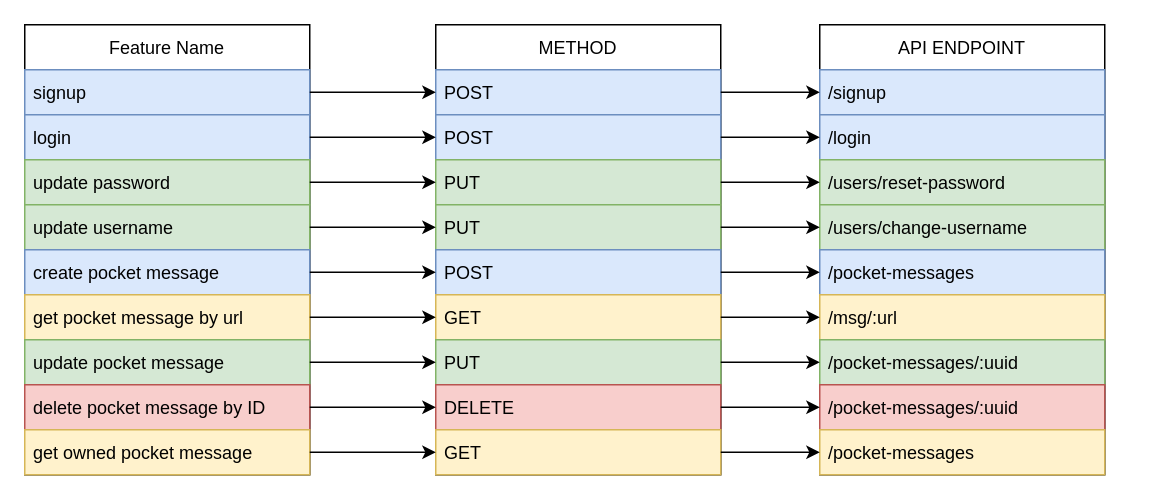
This is page "API ENDPOINT" (3 of 3) of diagram/Use-case-dan-ERD.drawio from miftahers/pocket-message, a draw.io file, before an edit. Source tidied: cells renumbered, new cells numbered last; positions are measured from the earlier drawing's top-left corner, leaving out a move shared by most shapes. Both pictures are drawn from the tidied source at 150%, with x=0, y=0 at pixel (24, 24).
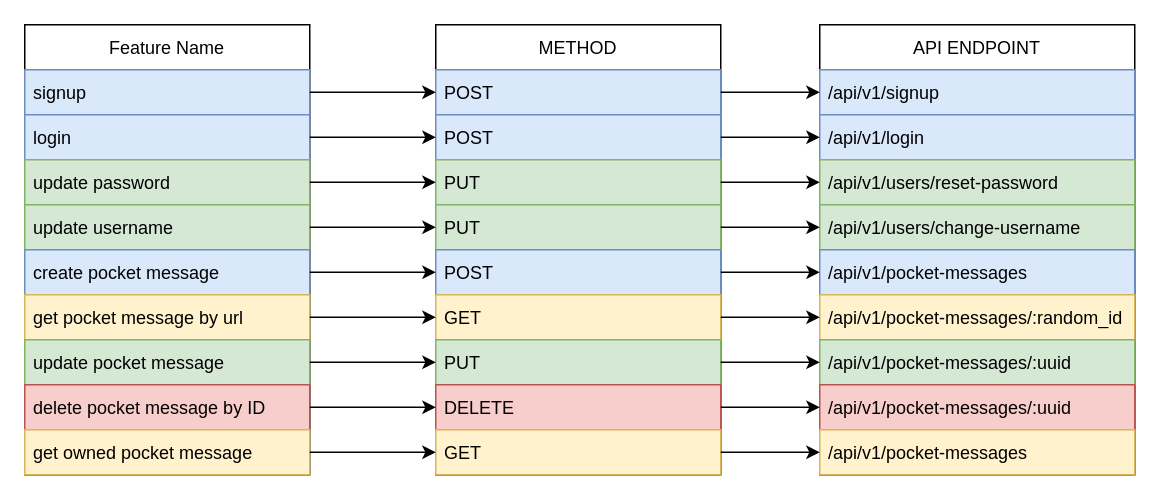
The same diagram, later.

Change to the diagram source:
```diff
@@
     <mxCell id="12" value="API ENDPOINT" style="swimlane;fontStyle=0;horizontal=1;startSize=30;" parent="1" vertex="1">
-      <mxGeometry x="530" width="190" height="300" as="geometry" />
+      <mxGeometry x="530" width="210" height="300" as="geometry" />
     </mxCell>
-    <mxCell id="13" value="/signup" style="text;strokeColor=#6c8ebf;fillColor=#dae8fc;align=left;verticalAlign=middle;spacingLeft=4;spacingRight=4;overflow=hidden;points=[[0,0.5],[1,0.5]];portConstraint=eastwest;fontStyle=0;" parent="12" vertex="1">
-      <mxGeometry y="30" width="190" height="30" as="geometry" />
+    <mxCell id="13" value="/api/v1/signup" style="text;strokeColor=#6c8ebf;fillColor=#dae8fc;align=left;verticalAlign=middle;spacingLeft=4;spacingRight=4;overflow=hidden;points=[[0,0.5],[1,0.5]];portConstraint=eastwest;fontStyle=0;" parent="12" vertex="1">
+      <mxGeometry y="30" width="210" height="30" as="geometry" />
     </mxCell>
-    <mxCell id="14" value="/login" style="text;strokeColor=#6c8ebf;fillColor=#dae8fc;align=left;verticalAlign=middle;spacingLeft=4;spacingRight=4;overflow=hidden;points=[[0,0.5],[1,0.5]];portConstraint=eastwest;fontStyle=0;" parent="12" vertex="1">
-      <mxGeometry y="60" width="190" height="30" as="geometry" />
+    <mxCell id="14" value="/api/v1/login" style="text;strokeColor=#6c8ebf;fillColor=#dae8fc;align=left;verticalAlign=middle;spacingLeft=4;spacingRight=4;overflow=hidden;points=[[0,0.5],[1,0.5]];portConstraint=eastwest;fontStyle=0;" parent="12" vertex="1">
+      <mxGeometry y="60" width="210" height="30" as="geometry" />
     </mxCell>
-    <mxCell id="15" value="/users/reset-password" style="text;strokeColor=#82b366;fillColor=#d5e8d4;align=left;verticalAlign=middle;spacingLeft=4;spacingRight=4;overflow=hidden;points=[[0,0.5],[1,0.5]];portConstraint=eastwest;fontStyle=0;" parent="12" vertex="1">
-      <mxGeometry y="90" width="190" height="30" as="geometry" />
+    <mxCell id="15" value="/api/v1/users/reset-password" style="text;strokeColor=#82b366;fillColor=#d5e8d4;align=left;verticalAlign=middle;spacingLeft=4;spacingRight=4;overflow=hidden;points=[[0,0.5],[1,0.5]];portConstraint=eastwest;fontStyle=0;" parent="12" vertex="1">
+      <mxGeometry y="90" width="210" height="30" as="geometry" />
     </mxCell>
-    <mxCell id="16" value="/users/change-username" style="text;strokeColor=#82b366;fillColor=#d5e8d4;align=left;verticalAlign=middle;spacingLeft=4;spacingRight=4;overflow=hidden;points=[[0,0.5],[1,0.5]];portConstraint=eastwest;fontStyle=0;" parent="12" vertex="1">
-      <mxGeometry y="120" width="190" height="30" as="geometry" />
+    <mxCell id="16" value="/api/v1/users/change-username" style="text;strokeColor=#82b366;fillColor=#d5e8d4;align=left;verticalAlign=middle;spacingLeft=4;spacingRight=4;overflow=hidden;points=[[0,0.5],[1,0.5]];portConstraint=eastwest;fontStyle=0;" parent="12" vertex="1">
+      <mxGeometry y="120" width="210" height="30" as="geometry" />
     </mxCell>
-    <mxCell id="17" value="/pocket-messages" style="text;strokeColor=#6c8ebf;fillColor=#dae8fc;align=left;verticalAlign=middle;spacingLeft=4;spacingRight=4;overflow=hidden;points=[[0,0.5],[1,0.5]];portConstraint=eastwest;fontStyle=0;" parent="12" vertex="1">
-      <mxGeometry y="150" width="190" height="30" as="geometry" />
+    <mxCell id="17" value="/api/v1/pocket-messages" style="text;strokeColor=#6c8ebf;fillColor=#dae8fc;align=left;verticalAlign=middle;spacingLeft=4;spacingRight=4;overflow=hidden;points=[[0,0.5],[1,0.5]];portConstraint=eastwest;fontStyle=0;" parent="12" vertex="1">
+      <mxGeometry y="150" width="210" height="30" as="geometry" />
     </mxCell>
-    <mxCell id="18" value="/msg/:url" style="text;strokeColor=#d6b656;fillColor=#fff2cc;align=left;verticalAlign=middle;spacingLeft=4;spacingRight=4;overflow=hidden;points=[[0,0.5],[1,0.5]];portConstraint=eastwest;fontStyle=0;" parent="12" vertex="1">
-      <mxGeometry y="180" width="190" height="30" as="geometry" />
+    <mxCell id="18" value="/api/v1/pocket-messages/:random_id" style="text;strokeColor=#d6b656;fillColor=#fff2cc;align=left;verticalAlign=middle;spacingLeft=4;spacingRight=4;overflow=hidden;points=[[0,0.5],[1,0.5]];portConstraint=eastwest;fontStyle=0;" parent="12" vertex="1">
+      <mxGeometry y="180" width="210" height="30" as="geometry" />
     </mxCell>
-    <mxCell id="19" value="/pocket-messages/:uuid" style="text;strokeColor=#82b366;fillColor=#d5e8d4;align=left;verticalAlign=middle;spacingLeft=4;spacingRight=4;overflow=hidden;points=[[0,0.5],[1,0.5]];portConstraint=eastwest;fontStyle=0;" parent="12" vertex="1">
-      <mxGeometry y="210" width="190" height="30" as="geometry" />
+    <mxCell id="19" value="/api/v1/pocket-messages/:uuid" style="text;strokeColor=#82b366;fillColor=#d5e8d4;align=left;verticalAlign=middle;spacingLeft=4;spacingRight=4;overflow=hidden;points=[[0,0.5],[1,0.5]];portConstraint=eastwest;fontStyle=0;" parent="12" vertex="1">
+      <mxGeometry y="210" width="210" height="30" as="geometry" />
     </mxCell>
-    <mxCell id="20" value="/pocket-messages/:uuid" style="text;strokeColor=#b85450;fillColor=#f8cecc;align=left;verticalAlign=middle;spacingLeft=4;spacingRight=4;overflow=hidden;points=[[0,0.5],[1,0.5]];portConstraint=eastwest;fontStyle=0;" parent="12" vertex="1">
-      <mxGeometry y="240" width="190" height="30" as="geometry" />
+    <mxCell id="20" value="/api/v1/pocket-messages/:uuid" style="text;strokeColor=#b85450;fillColor=#f8cecc;align=left;verticalAlign=middle;spacingLeft=4;spacingRight=4;overflow=hidden;points=[[0,0.5],[1,0.5]];portConstraint=eastwest;fontStyle=0;" parent="12" vertex="1">
+      <mxGeometry y="240" width="210" height="30" as="geometry" />
     </mxCell>
-    <mxCell id="21" value="/pocket-messages" style="text;strokeColor=#d6b656;fillColor=#fff2cc;align=left;verticalAlign=middle;spacingLeft=4;spacingRight=4;overflow=hidden;points=[[0,0.5],[1,0.5]];portConstraint=eastwest;fontStyle=0;" parent="12" vertex="1">
-      <mxGeometry y="270" width="190" height="30" as="geometry" />
+    <mxCell id="21" value="/api/v1/pocket-messages" style="text;strokeColor=#d6b656;fillColor=#fff2cc;align=left;verticalAlign=middle;spacingLeft=4;spacingRight=4;overflow=hidden;points=[[0,0.5],[1,0.5]];portConstraint=eastwest;fontStyle=0;" parent="12" vertex="1">
+      <mxGeometry y="270" width="210" height="30" as="geometry" />
     </mxCell>
```
